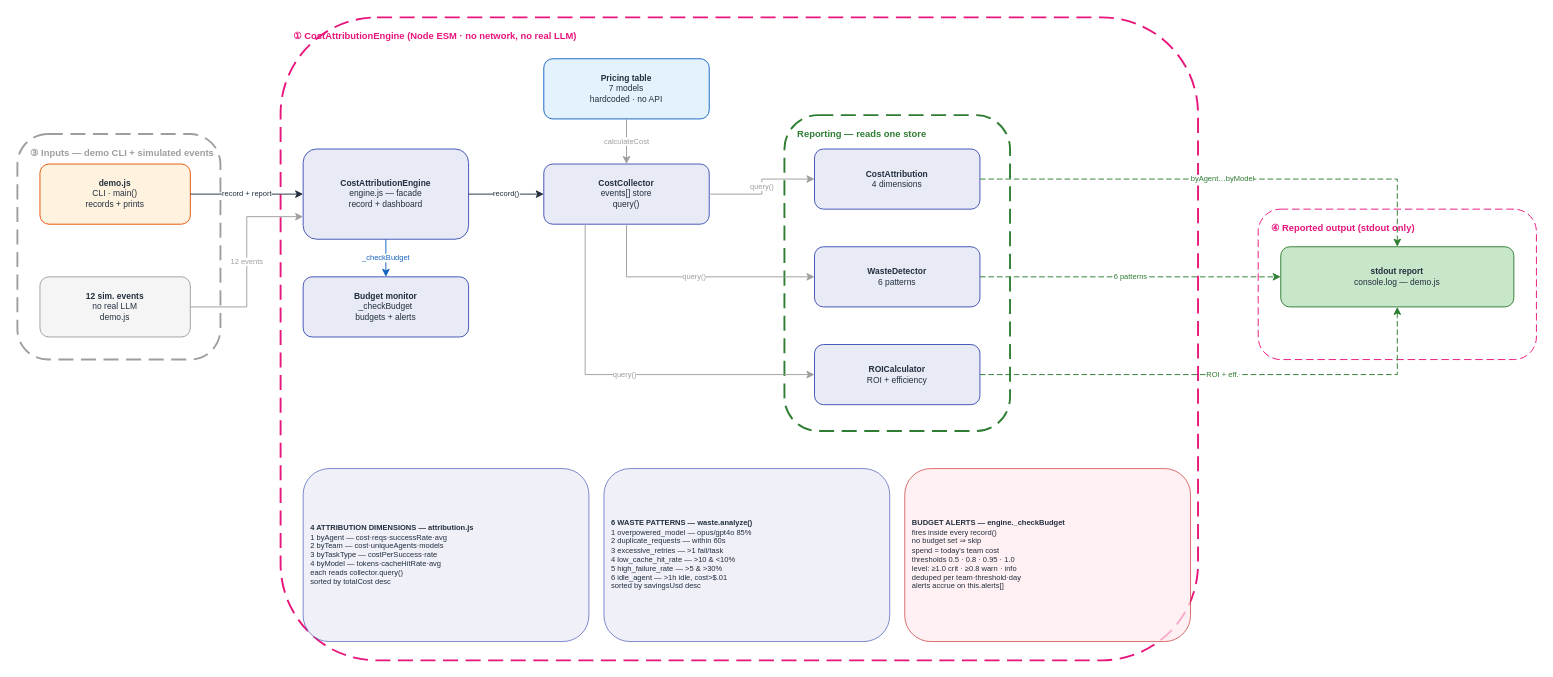
Above: docs/diagrams/cost_attribution_v1/HOA_CostAttribution_v1.drawio in gmaheshraju/Hands-on-AgenticAI (draw.io), before the change. Source tidied: cells renumbered, new cells numbered last; positions are measured from the earlier drawing's top-left corner, leaving out a move shared by most shapes. Both pictures are drawn from the tidied source at 94%, with x=0, y=0 at pixel (17, 17).
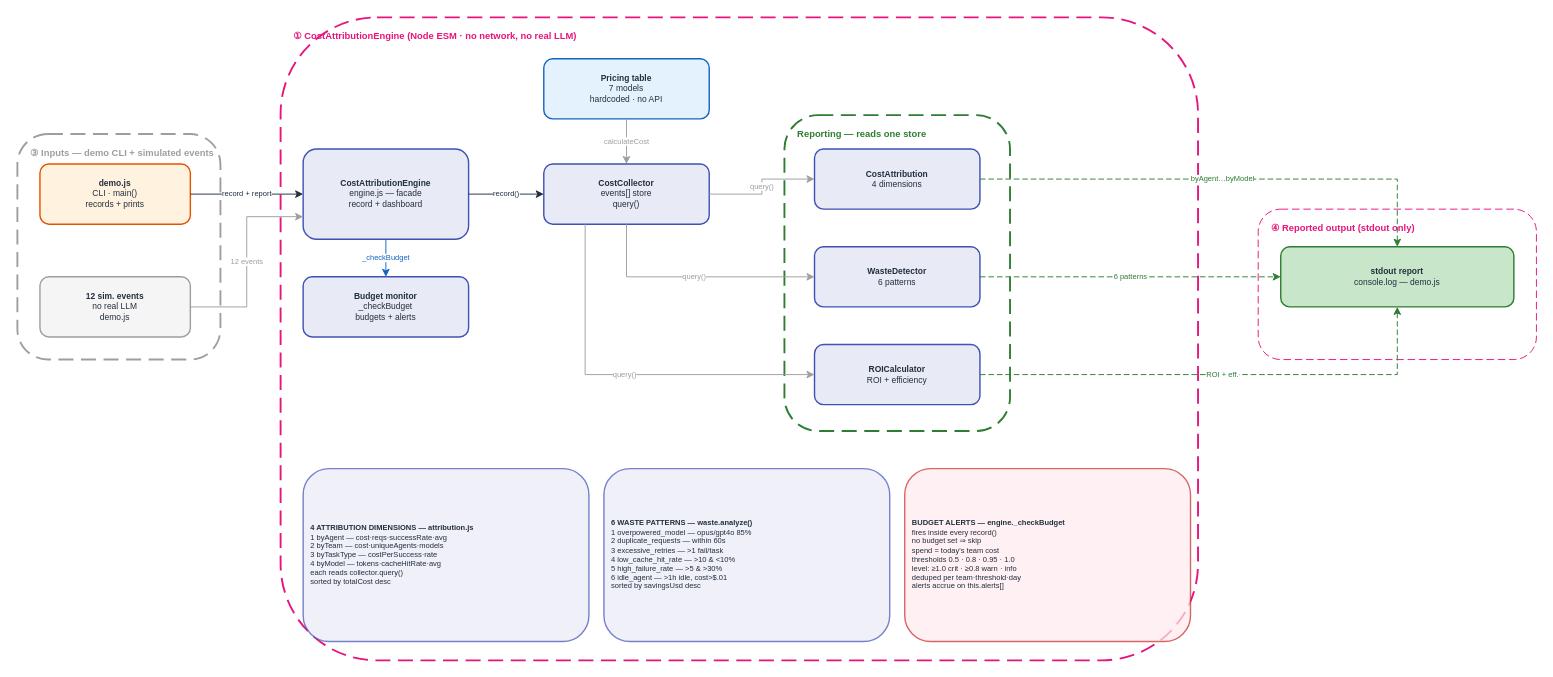
The same page after the edit.

Diff of the diagram source:
```diff
@@
-    <mxCell id="10" value="&lt;b&gt;demo.js&lt;/b&gt;&lt;br&gt;CLI · main()&lt;br&gt;records + prints" style="rounded=1;fillColor=#FFF3E0;strokeColor=#E65100;fontSize=9;fontColor=#232F3E;html=1;whiteSpace=wrap;align=center;" parent="1" vertex="1">
+    <mxCell id="10" value="&lt;b&gt;demo.js&lt;/b&gt;&lt;br&gt;CLI · main()&lt;br&gt;records + prints" style="rounded=1;fillColor=#FFF3E0;strokeColor=#E65100;strokeWidth=1.5;fontSize=9;fontColor=#232F3E;html=1;whiteSpace=wrap;align=center;" parent="1" vertex="1">
       <mxGeometry x="24" y="156" width="160" height="64" as="geometry" />
     </mxCell>
-    <mxCell id="11" value="&lt;b&gt;12 sim. events&lt;/b&gt;&lt;br&gt;no real LLM&lt;br&gt;demo.js" style="rounded=1;fillColor=#F5F5F5;strokeColor=#9E9E9E;fontSize=9;fontColor=#232F3E;html=1;whiteSpace=wrap;align=center;" parent="1" vertex="1">
+    <mxCell id="11" value="&lt;b&gt;12 sim. events&lt;/b&gt;&lt;br&gt;no real LLM&lt;br&gt;demo.js" style="rounded=1;fillColor=#F5F5F5;strokeColor=#9E9E9E;strokeWidth=1.5;fontSize=9;fontColor=#232F3E;html=1;whiteSpace=wrap;align=center;" parent="1" vertex="1">
       <mxGeometry x="24" y="276" width="160" height="64" as="geometry" />
     </mxCell>
-    <mxCell id="12" value="&lt;b&gt;CostAttributionEngine&lt;/b&gt;&lt;br&gt;engine.js — facade&lt;br&gt;record + dashboard" style="rounded=1;fillColor=#E8EAF6;strokeColor=#3F51B5;fontSize=9;fontColor=#232F3E;html=1;whiteSpace=wrap;align=center;" parent="1" vertex="1">
+    <mxCell id="12" value="&lt;b&gt;CostAttributionEngine&lt;/b&gt;&lt;br&gt;engine.js — facade&lt;br&gt;record + dashboard" style="rounded=1;fillColor=#E8EAF6;strokeColor=#3F51B5;strokeWidth=1.5;fontSize=9;fontColor=#232F3E;html=1;whiteSpace=wrap;align=center;" parent="1" vertex="1">
       <mxGeometry x="304" y="140" width="176" height="96" as="geometry" />
     </mxCell>
-    <mxCell id="13" value="&lt;b&gt;Budget monitor&lt;/b&gt;&lt;br&gt;_checkBudget&lt;br&gt;budgets + alerts" style="rounded=1;fillColor=#E8EAF6;strokeColor=#3F51B5;fontSize=9;fontColor=#232F3E;html=1;whiteSpace=wrap;align=center;" parent="1" vertex="1">
+    <mxCell id="13" value="&lt;b&gt;Budget monitor&lt;/b&gt;&lt;br&gt;_checkBudget&lt;br&gt;budgets + alerts" style="rounded=1;fillColor=#E8EAF6;strokeColor=#3F51B5;strokeWidth=1.5;fontSize=9;fontColor=#232F3E;html=1;whiteSpace=wrap;align=center;" parent="1" vertex="1">
       <mxGeometry x="304" y="276" width="176" height="64" as="geometry" />
     </mxCell>
-    <mxCell id="14" value="&lt;b&gt;Pricing table&lt;/b&gt;&lt;br&gt;7 models&lt;br&gt;hardcoded · no API" style="rounded=1;fillColor=#E3F2FD;strokeColor=#1565C0;fontSize=9;fontColor=#232F3E;html=1;whiteSpace=wrap;align=center;" parent="1" vertex="1">
+    <mxCell id="14" value="&lt;b&gt;Pricing table&lt;/b&gt;&lt;br&gt;7 models&lt;br&gt;hardcoded · no API" style="rounded=1;fillColor=#E3F2FD;strokeColor=#1565C0;strokeWidth=1.5;fontSize=9;fontColor=#232F3E;html=1;whiteSpace=wrap;align=center;" parent="1" vertex="1">
       <mxGeometry x="560" y="44" width="176" height="64" as="geometry" />
     </mxCell>
-    <mxCell id="15" value="&lt;b&gt;CostCollector&lt;/b&gt;&lt;br&gt;events[] store&lt;br&gt;query()" style="rounded=1;fillColor=#E8EAF6;strokeColor=#3F51B5;fontSize=9;fontColor=#232F3E;html=1;whiteSpace=wrap;align=center;" parent="1" vertex="1">
+    <mxCell id="15" value="&lt;b&gt;CostCollector&lt;/b&gt;&lt;br&gt;events[] store&lt;br&gt;query()" style="rounded=1;fillColor=#E8EAF6;strokeColor=#3F51B5;strokeWidth=1.5;fontSize=9;fontColor=#232F3E;html=1;whiteSpace=wrap;align=center;" parent="1" vertex="1">
       <mxGeometry x="560" y="156" width="176" height="64" as="geometry" />
     </mxCell>
-    <mxCell id="16" value="&lt;b&gt;CostAttribution&lt;/b&gt;&lt;br&gt;4 dimensions" style="rounded=1;fillColor=#E8EAF6;strokeColor=#3F51B5;fontSize=9;fontColor=#232F3E;html=1;whiteSpace=wrap;align=center;" parent="1" vertex="1">
+    <mxCell id="16" value="&lt;b&gt;CostAttribution&lt;/b&gt;&lt;br&gt;4 dimensions" style="rounded=1;fillColor=#E8EAF6;strokeColor=#3F51B5;strokeWidth=1.5;fontSize=9;fontColor=#232F3E;html=1;whiteSpace=wrap;align=center;" parent="1" vertex="1">
       <mxGeometry x="848" y="140" width="176" height="64" as="geometry" />
     </mxCell>
-    <mxCell id="17" value="&lt;b&gt;WasteDetector&lt;/b&gt;&lt;br&gt;6 patterns" style="rounded=1;fillColor=#E8EAF6;strokeColor=#3F51B5;fontSize=9;fontColor=#232F3E;html=1;whiteSpace=wrap;align=center;" parent="1" vertex="1">
+    <mxCell id="17" value="&lt;b&gt;WasteDetector&lt;/b&gt;&lt;br&gt;6 patterns" style="rounded=1;fillColor=#E8EAF6;strokeColor=#3F51B5;strokeWidth=1.5;fontSize=9;fontColor=#232F3E;html=1;whiteSpace=wrap;align=center;" parent="1" vertex="1">
       <mxGeometry x="848" y="244" width="176" height="64" as="geometry" />
     </mxCell>
-    <mxCell id="18" value="&lt;b&gt;ROICalculator&lt;/b&gt;&lt;br&gt;ROI + efficiency" style="rounded=1;fillColor=#E8EAF6;strokeColor=#3F51B5;fontSize=9;fontColor=#232F3E;html=1;whiteSpace=wrap;align=center;" parent="1" vertex="1">
+    <mxCell id="18" value="&lt;b&gt;ROICalculator&lt;/b&gt;&lt;br&gt;ROI + efficiency" style="rounded=1;fillColor=#E8EAF6;strokeColor=#3F51B5;strokeWidth=1.5;fontSize=9;fontColor=#232F3E;html=1;whiteSpace=wrap;align=center;" parent="1" vertex="1">
       <mxGeometry x="848" y="348" width="176" height="64" as="geometry" />
     </mxCell>
-    <mxCell id="19" value="&lt;b&gt;stdout report&lt;/b&gt;&lt;br&gt;console.log — demo.js" style="rounded=1;fillColor=#C8E6C9;strokeColor=#2E7D32;fontSize=9;fontColor=#232F3E;html=1;whiteSpace=wrap;align=center;" parent="1" vertex="1">
+    <mxCell id="19" value="&lt;b&gt;stdout report&lt;/b&gt;&lt;br&gt;console.log — demo.js" style="rounded=1;fillColor=#C8E6C9;strokeColor=#2E7D32;strokeWidth=1.5;fontSize=9;fontColor=#232F3E;html=1;whiteSpace=wrap;align=center;" parent="1" vertex="1">
       <mxGeometry x="1344" y="244" width="248" height="64" as="geometry" />
     </mxCell>
-    <mxCell id="20" value="&lt;b&gt;4 ATTRIBUTION DIMENSIONS — attribution.js&lt;/b&gt;&lt;br&gt;1 byAgent — cost·reqs·successRate·avg&lt;br&gt;2 byTeam — cost·uniqueAgents·models&lt;br&gt;3 byTaskType — costPerSuccess·rate&lt;br&gt;4 byModel — tokens·cacheHitRate·avg&lt;br&gt;each reads collector.query()&lt;br&gt;sorted by totalCost desc" style="rounded=1;fillColor=#E8EAF6;strokeColor=#3F51B5;fontSize=8;fontColor=#232F3E;html=1;whiteSpace=wrap;align=left;spacingLeft=6;opacity=70;" parent="1" vertex="1">
+    <mxCell id="20" value="&lt;b&gt;4 ATTRIBUTION DIMENSIONS — attribution.js&lt;/b&gt;&lt;br&gt;1 byAgent — cost·reqs·successRate·avg&lt;br&gt;2 byTeam — cost·uniqueAgents·models&lt;br&gt;3 byTaskType — costPerSuccess·rate&lt;br&gt;4 byModel — tokens·cacheHitRate·avg&lt;br&gt;each reads collector.query()&lt;br&gt;sorted by totalCost desc" style="rounded=1;fillColor=#E8EAF6;strokeColor=#3F51B5;strokeWidth=1.5;fontSize=8;fontColor=#232F3E;html=1;whiteSpace=wrap;align=left;spacingLeft=6;opacity=70;" parent="1" vertex="1">
       <mxGeometry x="304" y="480" width="304" height="184" as="geometry" />
     </mxCell>
-    <mxCell id="21" value="&lt;b&gt;6 WASTE PATTERNS — waste.analyze()&lt;/b&gt;&lt;br&gt;1 overpowered_model — opus/gpt4o 85%&lt;br&gt;2 duplicate_requests — within 60s&lt;br&gt;3 excessive_retries — &amp;gt;1 fail/task&lt;br&gt;4 low_cache_hit_rate — &amp;gt;10 &amp;amp; &amp;lt;10%&lt;br&gt;5 high_failure_rate — &amp;gt;5 &amp;amp; &amp;gt;30%&lt;br&gt;6 idle_agent — &amp;gt;1h idle, cost&amp;gt;$.01&lt;br&gt;sorted by savingsUsd desc" style="rounded=1;fillColor=#E8EAF6;strokeColor=#3F51B5;fontSize=8;fontColor=#232F3E;html=1;whiteSpace=wrap;align=left;spacingLeft=6;opacity=70;" parent="1" vertex="1">
+    <mxCell id="21" value="&lt;b&gt;6 WASTE PATTERNS — waste.analyze()&lt;/b&gt;&lt;br&gt;1 overpowered_model — opus/gpt4o 85%&lt;br&gt;2 duplicate_requests — within 60s&lt;br&gt;3 excessive_retries — &amp;gt;1 fail/task&lt;br&gt;4 low_cache_hit_rate — &amp;gt;10 &amp;amp; &amp;lt;10%&lt;br&gt;5 high_failure_rate — &amp;gt;5 &amp;amp; &amp;gt;30%&lt;br&gt;6 idle_agent — &amp;gt;1h idle, cost&amp;gt;$.01&lt;br&gt;sorted by savingsUsd desc" style="rounded=1;fillColor=#E8EAF6;strokeColor=#3F51B5;strokeWidth=1.5;fontSize=8;fontColor=#232F3E;html=1;whiteSpace=wrap;align=left;spacingLeft=6;opacity=70;" parent="1" vertex="1">
       <mxGeometry x="624" y="480" width="304" height="184" as="geometry" />
     </mxCell>
-    <mxCell id="22" value="&lt;b&gt;BUDGET ALERTS — engine._checkBudget&lt;/b&gt;&lt;br&gt;fires inside every record()&lt;br&gt;no budget set ⇒ skip&lt;br&gt;spend = today's team cost&lt;br&gt;thresholds 0.5 · 0.8 · 0.95 · 1.0&lt;br&gt;level: ≥1.0 crit · ≥0.8 warn · info&lt;br&gt;deduped per team·threshold·day&lt;br&gt;alerts accrue on this.alerts[]" style="rounded=1;fillColor=#FFEBEE;strokeColor=#C62828;fontSize=8;fontColor=#232F3E;html=1;whiteSpace=wrap;align=left;spacingLeft=6;opacity=70;" parent="1" vertex="1">
+    <mxCell id="22" value="&lt;b&gt;BUDGET ALERTS — engine._checkBudget&lt;/b&gt;&lt;br&gt;fires inside every record()&lt;br&gt;no budget set ⇒ skip&lt;br&gt;spend = today's team cost&lt;br&gt;thresholds 0.5 · 0.8 · 0.95 · 1.0&lt;br&gt;level: ≥1.0 crit · ≥0.8 warn · info&lt;br&gt;deduped per team·threshold·day&lt;br&gt;alerts accrue on this.alerts[]" style="rounded=1;fillColor=#FFEBEE;strokeColor=#C62828;strokeWidth=1.5;fontSize=8;fontColor=#232F3E;html=1;whiteSpace=wrap;align=left;spacingLeft=6;opacity=70;" parent="1" vertex="1">
       <mxGeometry x="944" y="480" width="304" height="184" as="geometry" />
     </mxCell>
```
